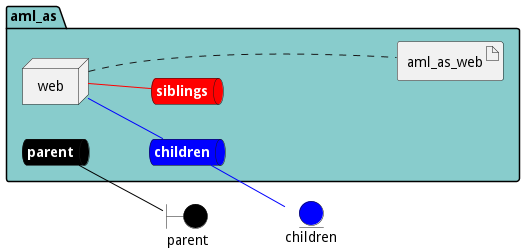
Before: docs/edgemere/aml/as/envs/dev/deployment.png, a diagram exported from PlantUML (madajaju/edgemere). Its diagram source:
```plantuml
@startuml

left to right direction


boundary parent #black


entity children #blue




package "aml_as" #88cccc {
    queue parentnet #black [
            <b><color:white>parent</color></b>
    ]

    parentnet -[#black]- parent

    queue childrennet #blue [
            <b><color:white>children</color></b>
    ]

    childrennet -[#blue]- children

    queue siblingsnet #red [
            <b><color:white>siblings</color></b>
    ]


node "web" as webService


        artifact "aml_as_web" as aml_as_webimage

}

webService -[#blue]- childrennet

webService -[#red]- siblingsnet
webService .... aml_as_webimage


@enduml
```
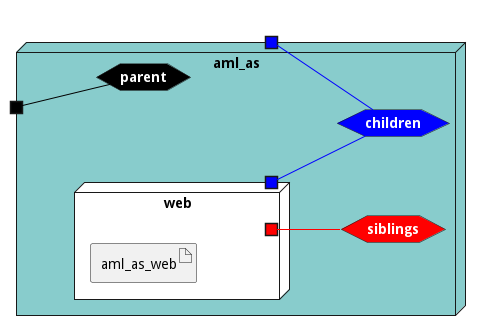
The same diagram one commit later.

The edit, as a diff of the source:
```diff
@@ -3,43 +3,45 @@
 left to right direction
 
 
-boundary parent #black
-
-
-entity children #blue
 
 
 
 
-package "aml_as" #88cccc {
-    queue parentnet #black [
+
+node "aml_as" #88cccc {
+
+
+    hexagon parentnet #black [
             <b><color:white>parent</color></b>
     ]
 
-    parentnet -[#black]- parent
+    portin " " as parentnetPortIn #black
+    parentnetPortIn -[#black]- parentnet
 
-    queue childrennet #blue [
+    hexagon childrennet #blue [
             <b><color:white>children</color></b>
     ]
 
-    childrennet -[#blue]- children
+    portout " " as childrennetPortOut #blue
+    childrennet -[#blue]- childrennetPortOut
 
-    queue siblingsnet #red [
+    hexagon siblingsnet #red [
             <b><color:white>siblings</color></b>
     ]
 
 
-node "web" as webService
+node "web" as webService #white {
+    portOut " " as webServicechildrennet #blue
+   webServicechildrennet -[#blue]- childrennet
+       portOut " " as webServicesiblingsnet #red
+   webServicesiblingsnet -[#red]- siblingsnet
 
 
-        artifact "aml_as_web" as aml_as_webimage
+    artifact "aml_as_web" as aml_as_webimage
 
 }
 
-webService -[#blue]- childrennet
-
-webService -[#red]- siblingsnet
-webService .... aml_as_webimage
+}
 
 
 @enduml
```
